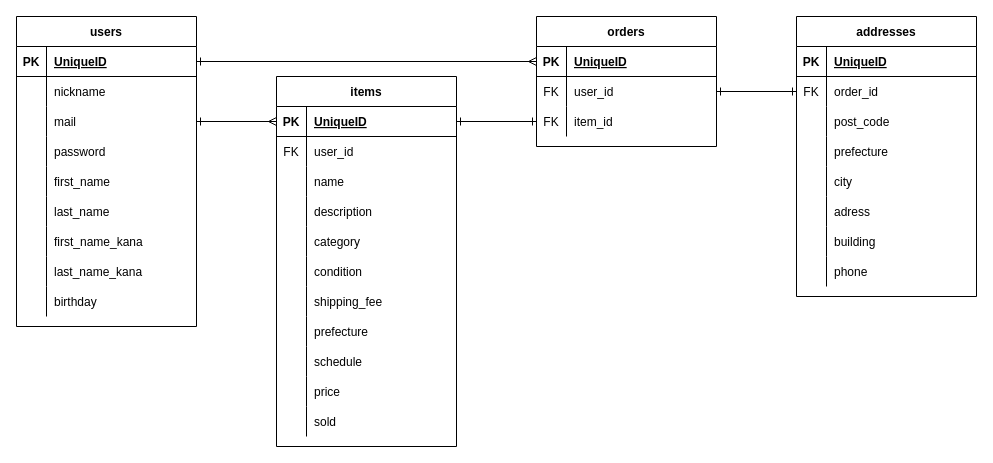
Before: er.dio in Shibuya4869/furima-37276, a draw.io diagram. Source tidied: cells renumbered, new cells numbered last; positions are measured from the earlier drawing's top-left corner, leaving out a move shared by most shapes. Both pictures are drawn from the tidied source at 100%, with x=0, y=0 at pixel (16, 16).
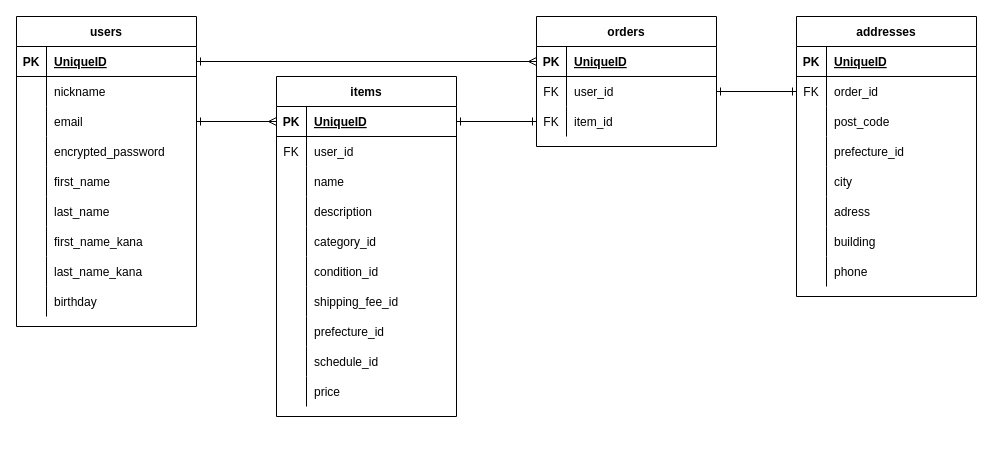
After the change.

Commit message (it also covers changes not shown here):
データベース設計（修正）

The change refers to these unchanged cells:
```xml
<mxCell id="10" style="shape=partialRectangle;fillColor=none;top=0;left=0;bottom=0;right=0;points=[[0,0.5],[1,0.5]];portConstraint=eastwest;" parent="3" vertex="1">
  <mxGeometry y="90" width="180" height="30" as="geometry" />
</mxCell>
<mxCell id="13" style="shape=partialRectangle;fillColor=none;top=0;left=0;bottom=0;right=0;" parent="3" vertex="1">
  <mxGeometry y="120" width="180" height="30" as="geometry" />
</mxCell>
<mxCell id="45" style="shape=partialRectangle;fillColor=none;top=0;left=0;bottom=0;right=0;" parent="32" vertex="1">
  <mxGeometry y="150" width="180" height="30" as="geometry" />
</mxCell>
<mxCell id="48" style="shape=partialRectangle;fillColor=none;top=0;left=0;bottom=0;right=0;" parent="32" vertex="1">
  <mxGeometry y="180" width="180" height="30" as="geometry" />
</mxCell>
<mxCell id="51" style="shape=partialRectangle;fillColor=none;top=0;left=0;bottom=0;right=0;" parent="32" vertex="1">
  <mxGeometry y="210" width="180" height="30" as="geometry" />
</mxCell>
<mxCell id="54" style="shape=partialRectangle;fillColor=none;top=0;left=0;bottom=0;right=0;" parent="32" vertex="1">
  <mxGeometry y="240" width="180" height="30" as="geometry" />
</mxCell>
<mxCell id="57" style="shape=partialRectangle;fillColor=none;top=0;left=0;bottom=0;right=0;" parent="32" vertex="1">
  <mxGeometry y="270" width="180" height="30" as="geometry" />
</mxCell>
<mxCell id="87" style="shape=partialRectangle;fillColor=none;top=0;left=0;bottom=0;right=0;" parent="77" vertex="1">
  <mxGeometry y="120" width="180" height="30" as="geometry" />
</mxCell>
```

Diff of the diagram source:
```diff
@@
-    <mxCell id="12" value="mail" style="shape=partialRectangle;fillColor=none;top=0;left=0;bottom=0;right=0;align=left;spacingLeft=6;overflow=hidden;" parent="10" vertex="1">
+    <mxCell id="12" value="email" style="shape=partialRectangle;fillColor=none;top=0;left=0;bottom=0;right=0;align=left;spacingLeft=6;overflow=hidden;" parent="10" vertex="1">
       <mxGeometry x="30" width="150" height="30" as="geometry" />
     </mxCell>
@@
-    <mxCell id="15" value="password" style="shape=partialRectangle;fillColor=none;top=0;left=0;bottom=0;right=0;align=left;spacingLeft=6;overflow=hidden;" parent="13" vertex="1">
+    <mxCell id="15" value="encrypted_password" style="shape=partialRectangle;fillColor=none;top=0;left=0;bottom=0;right=0;align=left;spacingLeft=6;overflow=hidden;" parent="13" vertex="1">
       <mxGeometry x="30" width="150" height="30" as="geometry" />
     </mxCell>
@@
     <mxCell id="32" value="items" style="shape=table;startSize=30;childLayout=tableLayout;rowLines=0;fontStyle=1;align=center;" parent="1" vertex="1">
-      <mxGeometry x="260" y="60" width="180" height="370" as="geometry" />
+      <mxGeometry x="260" y="60" width="180" height="340" as="geometry" />
     </mxCell>
@@
-    <mxCell id="47" value="category" style="shape=partialRectangle;fillColor=none;top=0;left=0;bottom=0;right=0;align=left;spacingLeft=6;overflow=hidden;" parent="45" vertex="1">
+    <mxCell id="47" value="category_id" style="shape=partialRectangle;fillColor=none;top=0;left=0;bottom=0;right=0;align=left;spacingLeft=6;overflow=hidden;" parent="45" vertex="1">
       <mxGeometry x="30" width="150" height="30" as="geometry" />
     </mxCell>
@@
-    <mxCell id="50" value="condition" style="shape=partialRectangle;fillColor=none;top=0;left=0;bottom=0;right=0;align=left;spacingLeft=6;overflow=hidden;" parent="48" vertex="1">
+    <mxCell id="50" value="condition_id" style="shape=partialRectangle;fillColor=none;top=0;left=0;bottom=0;right=0;align=left;spacingLeft=6;overflow=hidden;" parent="48" vertex="1">
       <mxGeometry x="30" width="150" height="30" as="geometry" />
     </mxCell>
@@
-    <mxCell id="53" value="shipping_fee" style="shape=partialRectangle;fillColor=none;top=0;left=0;bottom=0;right=0;align=left;spacingLeft=6;overflow=hidden;" parent="51" vertex="1">
+    <mxCell id="53" value="shipping_fee_id" style="shape=partialRectangle;fillColor=none;top=0;left=0;bottom=0;right=0;align=left;spacingLeft=6;overflow=hidden;" parent="51" vertex="1">
       <mxGeometry x="30" width="150" height="30" as="geometry" />
     </mxCell>
@@
-    <mxCell id="56" value="prefecture" style="shape=partialRectangle;fillColor=none;top=0;left=0;bottom=0;right=0;align=left;spacingLeft=6;overflow=hidden;" parent="54" vertex="1">
+    <mxCell id="56" value="prefecture_id" style="shape=partialRectangle;fillColor=none;top=0;left=0;bottom=0;right=0;align=left;spacingLeft=6;overflow=hidden;" parent="54" vertex="1">
       <mxGeometry x="30" width="150" height="30" as="geometry" />
     </mxCell>
@@
-    <mxCell id="59" value="schedule" style="shape=partialRectangle;fillColor=none;top=0;left=0;bottom=0;right=0;align=left;spacingLeft=6;overflow=hidden;" parent="57" vertex="1">
+    <mxCell id="59" value="schedule_id" style="shape=partialRectangle;fillColor=none;top=0;left=0;bottom=0;right=0;align=left;spacingLeft=6;overflow=hidden;" parent="57" vertex="1">
       <mxGeometry x="30" width="150" height="30" as="geometry" />
     </mxCell>
@@
-    <mxCell id="63" style="shape=partialRectangle;fillColor=none;top=0;left=0;bottom=0;right=0;" parent="32" vertex="1">
-      <mxGeometry y="330" width="180" height="30" as="geometry" />
-    </mxCell>
-    <mxCell id="64" style="shape=partialRectangle;fillColor=none;top=0;left=0;bottom=0;right=0;overflow=hidden;" parent="63" vertex="1">
-      <mxGeometry width="30" height="30" as="geometry" />
-    </mxCell>
-    <mxCell id="65" value="sold" style="shape=partialRectangle;fillColor=none;top=0;left=0;bottom=0;right=0;align=left;spacingLeft=6;overflow=hidden;" parent="63" vertex="1">
-      <mxGeometry x="30" width="150" height="30" as="geometry" />
-    </mxCell>
@@
-    <mxCell id="89" value="prefecture" style="shape=partialRectangle;fillColor=none;top=0;left=0;bottom=0;right=0;align=left;spacingLeft=6;overflow=hidden;" parent="87" vertex="1">
+    <mxCell id="89" value="prefecture_id" style="shape=partialRectangle;fillColor=none;top=0;left=0;bottom=0;right=0;align=left;spacingLeft=6;overflow=hidden;" parent="87" vertex="1">
       <mxGeometry x="30" width="150" height="30" as="geometry" />
     </mxCell>
```
